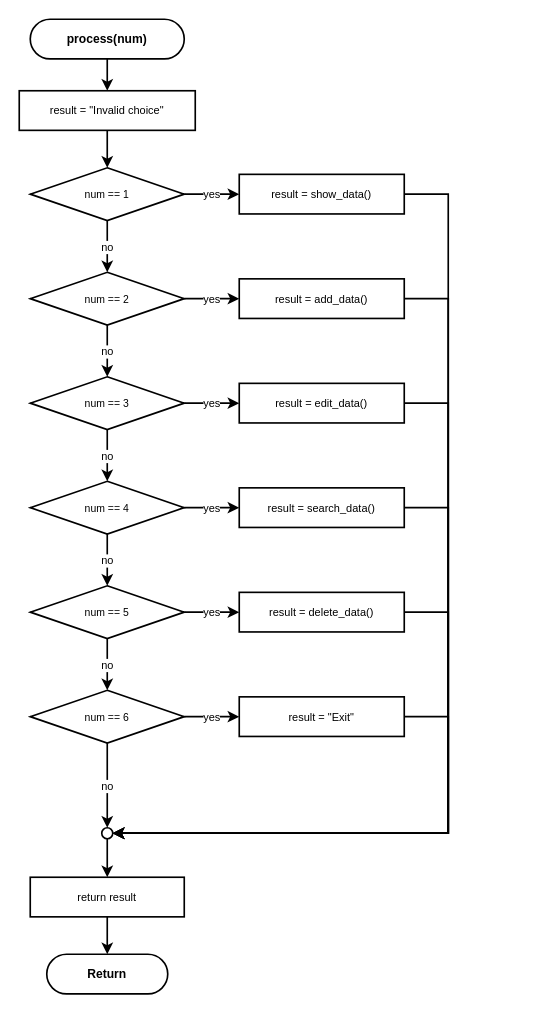
kittiphong064008-cyber/AI-Coding keeps this draw.io diagram as program001/flowchart/03_process.drawio. Above is the earlier version. Source tidied: cells renumbered, new cells numbered last; positions are measured from the earlier drawing's top-left corner, leaving out a move shared by most shapes. Both pictures are drawn from the tidied source at 110%, with x=0, y=0 at pixel (19, 19).
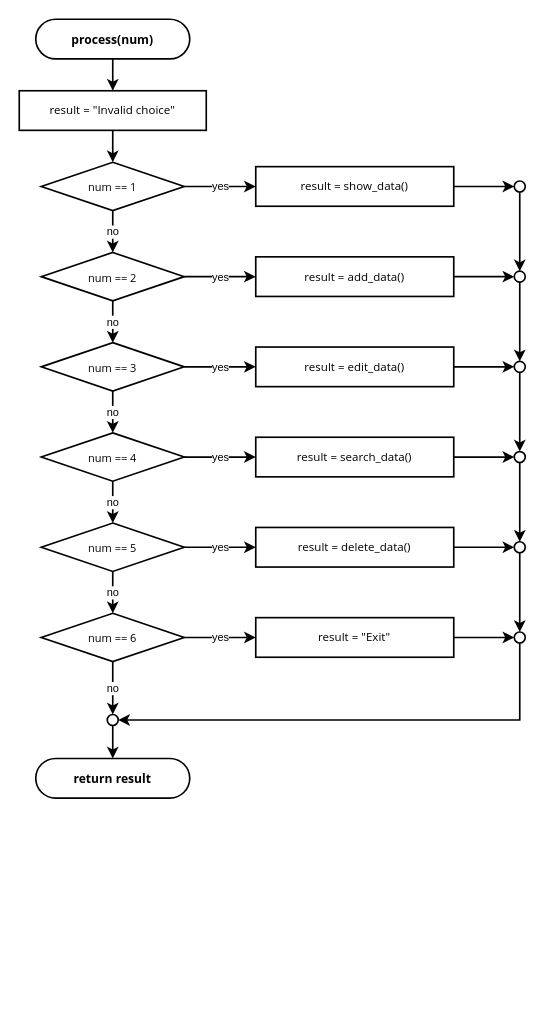
The same diagram, later.

The edit, as a diff of the source:
```diff
@@
-    <mxCell id="2" value="process(num)" style="rounded=1;whiteSpace=wrap;html=1;arcSize=50;fillColor=#ffffff;strokeColor=#000000;strokeWidth=1.5;fontSize=11;fontFamily=Helvetica;fontStyle=1;" parent="1" vertex="1">
-      <mxGeometry x="10" width="140" height="36" as="geometry" />
+    <mxCell id="2" value="process(num)" style="rounded=1;whiteSpace=wrap;html=1;arcSize=50;fillColor=#ffffff;strokeColor=#000000;strokeWidth=1.5;fontSize=11;fontFamily=Segoe UI;fontStyle=1;" parent="1" vertex="1">
+      <mxGeometry x="15" width="140" height="36" as="geometry" />
     </mxCell>
-    <mxCell id="3" value="result = &quot;Invalid choice&quot;" style="rounded=0;whiteSpace=wrap;html=1;fillColor=#ffffff;strokeColor=#000000;strokeWidth=1.5;fontSize=10;fontFamily=Helvetica;" parent="1" vertex="1">
-      <mxGeometry y="65" width="160" height="36" as="geometry" />
+    <mxCell id="3" value="result = &quot;Invalid choice&quot;" style="rounded=0;whiteSpace=wrap;html=1;fillColor=#ffffff;strokeColor=#000000;strokeWidth=1.5;fontSize=10.5;fontFamily=Segoe UI;" parent="1" vertex="1">
+      <mxGeometry y="65" width="170" height="36" as="geometry" />
     </mxCell>
-    <mxCell id="4" style="ellipse;whiteSpace=wrap;html=1;fillColor=#ffffff;strokeColor=#000000;strokeWidth=1.5;" parent="1" vertex="1">
-      <mxGeometry x="75" y="735" width="10" height="10" as="geometry" />
-    </mxCell>
-    <mxCell id="5" value="num == 1" style="rhombus;whiteSpace=wrap;html=1;fillColor=#ffffff;strokeColor=#000000;strokeWidth=1.5;fontSize=9.5;fontFamily=Helvetica;" parent="1" vertex="1">
-      <mxGeometry x="10" y="135" width="140" height="48" as="geometry" />
+    <mxCell id="5" value="num == 1" style="rhombus;whiteSpace=wrap;html=1;fillColor=#ffffff;strokeColor=#000000;strokeWidth=1.5;fontSize=10;fontFamily=Segoe UI;" parent="1" vertex="1">
+      <mxGeometry x="20" y="130" width="130" height="44" as="geometry" />
     </mxCell>
-    <mxCell id="6" value="result = show_data()" style="rounded=0;whiteSpace=wrap;html=1;fillColor=#ffffff;strokeColor=#000000;strokeWidth=1.5;fontSize=10;fontFamily=Helvetica;" parent="1" vertex="1">
-      <mxGeometry x="200" y="141" width="150" height="36" as="geometry" />
+    <mxCell id="6" value="result = show_data()" style="rounded=0;whiteSpace=wrap;html=1;fillColor=#ffffff;strokeColor=#000000;strokeWidth=1.5;fontSize=10.5;fontFamily=Segoe UI;" parent="1" vertex="1">
+      <mxGeometry x="215" y="134" width="180" height="36" as="geometry" />
     </mxCell>
+    <mxCell id="41" style="ellipse;whiteSpace=wrap;html=1;fillColor=#ffffff;strokeColor=#000000;strokeWidth=1.5;" parent="1" vertex="1">
+      <mxGeometry x="450" y="147" width="10" height="10" as="geometry" />
+    </mxCell>
-    <mxCell id="7" value="num == 2" style="rhombus;whiteSpace=wrap;html=1;fillColor=#ffffff;strokeColor=#000000;strokeWidth=1.5;fontSize=9.5;fontFamily=Helvetica;" parent="1" vertex="1">
-      <mxGeometry x="10" y="230" width="140" height="48" as="geometry" />
+    <mxCell id="7" value="num == 2" style="rhombus;whiteSpace=wrap;html=1;fillColor=#ffffff;strokeColor=#000000;strokeWidth=1.5;fontSize=10;fontFamily=Segoe UI;" parent="1" vertex="1">
+      <mxGeometry x="20" y="212" width="130" height="44" as="geometry" />
     </mxCell>
-    <mxCell id="8" value="result = add_data()" style="rounded=0;whiteSpace=wrap;html=1;fillColor=#ffffff;strokeColor=#000000;strokeWidth=1.5;fontSize=10;fontFamily=Helvetica;" parent="1" vertex="1">
-      <mxGeometry x="200" y="236" width="150" height="36" as="geometry" />
+    <mxCell id="8" value="result = add_data()" style="rounded=0;whiteSpace=wrap;html=1;fillColor=#ffffff;strokeColor=#000000;strokeWidth=1.5;fontSize=10.5;fontFamily=Segoe UI;" parent="1" vertex="1">
+      <mxGeometry x="215" y="216" width="180" height="36" as="geometry" />
     </mxCell>
+    <mxCell id="42" style="ellipse;whiteSpace=wrap;html=1;fillColor=#ffffff;strokeColor=#000000;strokeWidth=1.5;" parent="1" vertex="1">
+      <mxGeometry x="450" y="229" width="10" height="10" as="geometry" />
+    </mxCell>
-    <mxCell id="9" value="num == 3" style="rhombus;whiteSpace=wrap;html=1;fillColor=#ffffff;strokeColor=#000000;strokeWidth=1.5;fontSize=9.5;fontFamily=Helvetica;" parent="1" vertex="1">
-      <mxGeometry x="10" y="325" width="140" height="48" as="geometry" />
+    <mxCell id="9" value="num == 3" style="rhombus;whiteSpace=wrap;html=1;fillColor=#ffffff;strokeColor=#000000;strokeWidth=1.5;fontSize=10;fontFamily=Segoe UI;" parent="1" vertex="1">
+      <mxGeometry x="20" y="294" width="130" height="44" as="geometry" />
     </mxCell>
-    <mxCell id="10" value="result = edit_data()" style="rounded=0;whiteSpace=wrap;html=1;fillColor=#ffffff;strokeColor=#000000;strokeWidth=1.5;fontSize=10;fontFamily=Helvetica;" parent="1" vertex="1">
-      <mxGeometry x="200" y="331" width="150" height="36" as="geometry" />
+    <mxCell id="10" value="result = edit_data()" style="rounded=0;whiteSpace=wrap;html=1;fillColor=#ffffff;strokeColor=#000000;strokeWidth=1.5;fontSize=10.5;fontFamily=Segoe UI;" parent="1" vertex="1">
+      <mxGeometry x="215" y="298" width="180" height="36" as="geometry" />
     </mxCell>
+    <mxCell id="43" style="ellipse;whiteSpace=wrap;html=1;fillColor=#ffffff;strokeColor=#000000;strokeWidth=1.5;" parent="1" vertex="1">
+      <mxGeometry x="450" y="311" width="10" height="10" as="geometry" />
+    </mxCell>
-    <mxCell id="11" value="num == 4" style="rhombus;whiteSpace=wrap;html=1;fillColor=#ffffff;strokeColor=#000000;strokeWidth=1.5;fontSize=9.5;fontFamily=Helvetica;" parent="1" vertex="1">
-      <mxGeometry x="10" y="420" width="140" height="48" as="geometry" />
+    <mxCell id="11" value="num == 4" style="rhombus;whiteSpace=wrap;html=1;fillColor=#ffffff;strokeColor=#000000;strokeWidth=1.5;fontSize=10;fontFamily=Segoe UI;" parent="1" vertex="1">
+      <mxGeometry x="20" y="376" width="130" height="44" as="geometry" />
     </mxCell>
-    <mxCell id="12" value="result = search_data()" style="rounded=0;whiteSpace=wrap;html=1;fillColor=#ffffff;strokeColor=#000000;strokeWidth=1.5;fontSize=10;fontFamily=Helvetica;" parent="1" vertex="1">
-      <mxGeometry x="200" y="426" width="150" height="36" as="geometry" />
+    <mxCell id="12" value="result = search_data()" style="rounded=0;whiteSpace=wrap;html=1;fillColor=#ffffff;strokeColor=#000000;strokeWidth=1.5;fontSize=10.5;fontFamily=Segoe UI;" parent="1" vertex="1">
+      <mxGeometry x="215" y="380" width="180" height="36" as="geometry" />
     </mxCell>
+    <mxCell id="44" style="ellipse;whiteSpace=wrap;html=1;fillColor=#ffffff;strokeColor=#000000;strokeWidth=1.5;" parent="1" vertex="1">
+      <mxGeometry x="450" y="393" width="10" height="10" as="geometry" />
+    </mxCell>
-    <mxCell id="13" value="num == 5" style="rhombus;whiteSpace=wrap;html=1;fillColor=#ffffff;strokeColor=#000000;strokeWidth=1.5;fontSize=9.5;fontFamily=Helvetica;" parent="1" vertex="1">
-      <mxGeometry x="10" y="515" width="140" height="48" as="geometry" />
+    <mxCell id="13" value="num == 5" style="rhombus;whiteSpace=wrap;html=1;fillColor=#ffffff;strokeColor=#000000;strokeWidth=1.5;fontSize=10;fontFamily=Segoe UI;" parent="1" vertex="1">
+      <mxGeometry x="20" y="458" width="130" height="44" as="geometry" />
     </mxCell>
-    <mxCell id="14" value="result = delete_data()" style="rounded=0;whiteSpace=wrap;html=1;fillColor=#ffffff;strokeColor=#000000;strokeWidth=1.5;fontSize=10;fontFamily=Helvetica;" parent="1" vertex="1">
-      <mxGeometry x="200" y="521" width="150" height="36" as="geometry" />
+    <mxCell id="14" value="result = delete_data()" style="rounded=0;whiteSpace=wrap;html=1;fillColor=#ffffff;strokeColor=#000000;strokeWidth=1.5;fontSize=10.5;fontFamily=Segoe UI;" parent="1" vertex="1">
+      <mxGeometry x="215" y="462" width="180" height="36" as="geometry" />
     </mxCell>
+    <mxCell id="45" style="ellipse;whiteSpace=wrap;html=1;fillColor=#ffffff;strokeColor=#000000;strokeWidth=1.5;" parent="1" vertex="1">
+      <mxGeometry x="450" y="475" width="10" height="10" as="geometry" />
+    </mxCell>
-    <mxCell id="15" value="num == 6" style="rhombus;whiteSpace=wrap;html=1;fillColor=#ffffff;strokeColor=#000000;strokeWidth=1.5;fontSize=9.5;fontFamily=Helvetica;" parent="1" vertex="1">
-      <mxGeometry x="10" y="610" width="140" height="48" as="geometry" />
+    <mxCell id="15" value="num == 6" style="rhombus;whiteSpace=wrap;html=1;fillColor=#ffffff;strokeColor=#000000;strokeWidth=1.5;fontSize=10;fontFamily=Segoe UI;" parent="1" vertex="1">
+      <mxGeometry x="20" y="540" width="130" height="44" as="geometry" />
     </mxCell>
-    <mxCell id="16" value="result = &quot;Exit&quot;" style="rounded=0;whiteSpace=wrap;html=1;fillColor=#ffffff;strokeColor=#000000;strokeWidth=1.5;fontSize=10;fontFamily=Helvetica;" parent="1" vertex="1">
-      <mxGeometry x="200" y="616" width="150" height="36" as="geometry" />
+    <mxCell id="16" value="result = &quot;Exit&quot;" style="rounded=0;whiteSpace=wrap;html=1;fillColor=#ffffff;strokeColor=#000000;strokeWidth=1.5;fontSize=10.5;fontFamily=Segoe UI;" parent="1" vertex="1">
+      <mxGeometry x="215" y="544" width="180" height="36" as="geometry" />
     </mxCell>
-    <mxCell id="17" value="return result" style="rounded=0;whiteSpace=wrap;html=1;fillColor=#ffffff;strokeColor=#000000;strokeWidth=1.5;fontSize=10;fontFamily=Helvetica;" parent="1" vertex="1">
-      <mxGeometry x="10" y="780" width="140" height="36" as="geometry" />
-    </mxCell>
+    <mxCell id="46" style="ellipse;whiteSpace=wrap;html=1;fillColor=#ffffff;strokeColor=#000000;strokeWidth=1.5;" parent="1" vertex="1">
+      <mxGeometry x="450" y="557" width="10" height="10" as="geometry" />
+    </mxCell>
+    <mxCell id="4" style="ellipse;whiteSpace=wrap;html=1;fillColor=#ffffff;strokeColor=#000000;strokeWidth=1.5;" parent="1" vertex="1">
+      <mxGeometry x="80" y="632" width="10" height="10" as="geometry" />
+    </mxCell>
-    <mxCell id="18" value="Return" style="rounded=1;whiteSpace=wrap;html=1;arcSize=50;fillColor=#ffffff;strokeColor=#000000;strokeWidth=1.5;fontSize=11;fontFamily=Helvetica;fontStyle=1;" parent="1" vertex="1">
-      <mxGeometry x="25" y="850" width="110" height="36" as="geometry" />
+    <mxCell id="18" value="return result" style="rounded=1;whiteSpace=wrap;html=1;arcSize=50;fillColor=#ffffff;strokeColor=#000000;strokeWidth=1.5;fontSize=11;fontFamily=Segoe UI;fontStyle=1;" parent="1" vertex="1">
+      <mxGeometry x="15" y="672" width="140" height="36" as="geometry" />
     </mxCell>
@@
-    <mxCell id="22" style="edgeStyle=orthogonalEdgeStyle;rounded=0;jettySize=auto;html=1;strokeWidth=1.5;strokeColor=#000000;fontSize=10;fontColor=#000000;exitX=1;exitY=0.5;exitDx=0;exitDy=0;entryX=1;entryY=0.5;entryDx=0;entryDy=0;" parent="1" edge="1" source="6" target="4">
-      <mxGeometry relative="1" as="geometry">
-        <Array as="points">
-          <mxPoint x="390" y="159" />
-          <mxPoint x="390" y="740" />
-        </Array>
-      </mxGeometry>
+    <mxCell id="22" style="edgeStyle=orthogonalEdgeStyle;rounded=0;jettySize=auto;html=1;strokeWidth=1.5;strokeColor=#000000;fontSize=10;fontColor=#000000;exitX=1;exitY=0.5;exitDx=0;exitDy=0;entryX=0;entryY=0.5;entryDx=0;entryDy=0;" parent="1" edge="1" source="6" target="41">
+      <mxGeometry relative="1" as="geometry" />
     </mxCell>
@@
-    <mxCell id="25" style="edgeStyle=orthogonalEdgeStyle;rounded=0;jettySize=auto;html=1;strokeWidth=1.5;strokeColor=#000000;fontSize=10;fontColor=#000000;exitX=1;exitY=0.5;exitDx=0;exitDy=0;entryX=1;entryY=0.5;entryDx=0;entryDy=0;" parent="1" edge="1" source="8" target="4">
-      <mxGeometry relative="1" as="geometry">
-        <Array as="points">
-          <mxPoint x="390" y="254" />
-          <mxPoint x="390" y="740" />
-        </Array>
-      </mxGeometry>
+    <mxCell id="25" style="edgeStyle=orthogonalEdgeStyle;rounded=0;jettySize=auto;html=1;strokeWidth=1.5;strokeColor=#000000;fontSize=10;fontColor=#000000;exitX=1;exitY=0.5;exitDx=0;exitDy=0;entryX=0;entryY=0.5;entryDx=0;entryDy=0;" parent="1" edge="1" source="8" target="42">
+      <mxGeometry relative="1" as="geometry" />
     </mxCell>
-    <mxCell id="26" value="no" style="edgeStyle=orthogonalEdgeStyle;rounded=0;jettySize=auto;html=1;strokeWidth=1.5;strokeColor=#000000;fontSize=10;fontColor=#000000;" parent="1" edge="1" source="7" target="9">
+    <mxCell id="26" style="edgeStyle=orthogonalEdgeStyle;rounded=0;jettySize=auto;html=1;strokeWidth=1.5;strokeColor=#000000;fontSize=10;fontColor=#000000;exitX=0.5;exitY=1;exitDx=0;exitDy=0;entryX=0.5;entryY=0;entryDx=0;entryDy=0;" parent="1" edge="1" source="41" target="42">
       <mxGeometry relative="1" as="geometry" />
     </mxCell>
-    <mxCell id="27" value="yes" style="edgeStyle=orthogonalEdgeStyle;rounded=0;jettySize=auto;html=1;strokeWidth=1.5;strokeColor=#000000;fontSize=10;fontColor=#000000;exitX=1;exitY=0.5;exitDx=0;exitDy=0;entryX=0;entryY=0.5;entryDx=0;entryDy=0;" parent="1" edge="1" source="9" target="10">
+    <mxCell id="27" value="no" style="edgeStyle=orthogonalEdgeStyle;rounded=0;jettySize=auto;html=1;strokeWidth=1.5;strokeColor=#000000;fontSize=10;fontColor=#000000;" parent="1" edge="1" source="7" target="9">
       <mxGeometry relative="1" as="geometry" />
     </mxCell>
-    <mxCell id="28" style="edgeStyle=orthogonalEdgeStyle;rounded=0;jettySize=auto;html=1;strokeWidth=1.5;strokeColor=#000000;fontSize=10;fontColor=#000000;exitX=1;exitY=0.5;exitDx=0;exitDy=0;entryX=1;entryY=0.5;entryDx=0;entryDy=0;" parent="1" edge="1" source="10" target="4">
-      <mxGeometry relative="1" as="geometry">
-        <Array as="points">
-          <mxPoint x="390" y="349" />
-          <mxPoint x="390" y="740" />
-        </Array>
-      </mxGeometry>
+    <mxCell id="28" value="yes" style="edgeStyle=orthogonalEdgeStyle;rounded=0;jettySize=auto;html=1;strokeWidth=1.5;strokeColor=#000000;fontSize=10;fontColor=#000000;exitX=1;exitY=0.5;exitDx=0;exitDy=0;entryX=0;entryY=0.5;entryDx=0;entryDy=0;" parent="1" edge="1" source="9" target="10">
+      <mxGeometry relative="1" as="geometry" />
     </mxCell>
-    <mxCell id="29" value="no" style="edgeStyle=orthogonalEdgeStyle;rounded=0;jettySize=auto;html=1;strokeWidth=1.5;strokeColor=#000000;fontSize=10;fontColor=#000000;" parent="1" edge="1" source="9" target="11">
+    <mxCell id="29" style="edgeStyle=orthogonalEdgeStyle;rounded=0;jettySize=auto;html=1;strokeWidth=1.5;strokeColor=#000000;fontSize=10;fontColor=#000000;exitX=1;exitY=0.5;exitDx=0;exitDy=0;entryX=0;entryY=0.5;entryDx=0;entryDy=0;" parent="1" edge="1" source="10" target="43">
       <mxGeometry relative="1" as="geometry" />
     </mxCell>
-    <mxCell id="30" value="yes" style="edgeStyle=orthogonalEdgeStyle;rounded=0;jettySize=auto;html=1;strokeWidth=1.5;strokeColor=#000000;fontSize=10;fontColor=#000000;exitX=1;exitY=0.5;exitDx=0;exitDy=0;entryX=0;entryY=0.5;entryDx=0;entryDy=0;" parent="1" edge="1" source="11" target="12">
+    <mxCell id="30" style="edgeStyle=orthogonalEdgeStyle;rounded=0;jettySize=auto;html=1;strokeWidth=1.5;strokeColor=#000000;fontSize=10;fontColor=#000000;exitX=0.5;exitY=1;exitDx=0;exitDy=0;entryX=0.5;entryY=0;entryDx=0;entryDy=0;" parent="1" edge="1" source="42" target="43">
       <mxGeometry relative="1" as="geometry" />
     </mxCell>
-    <mxCell id="31" style="edgeStyle=orthogonalEdgeStyle;rounded=0;jettySize=auto;html=1;strokeWidth=1.5;strokeColor=#000000;fontSize=10;fontColor=#000000;exitX=1;exitY=0.5;exitDx=0;exitDy=0;entryX=1;entryY=0.5;entryDx=0;entryDy=0;" parent="1" edge="1" source="12" target="4">
-      <mxGeometry relative="1" as="geometry">
-        <Array as="points">
-          <mxPoint x="390" y="444" />
-          <mxPoint x="390" y="740" />
-        </Array>
-      </mxGeometry>
+    <mxCell id="31" value="no" style="edgeStyle=orthogonalEdgeStyle;rounded=0;jettySize=auto;html=1;strokeWidth=1.5;strokeColor=#000000;fontSize=10;fontColor=#000000;" parent="1" edge="1" source="9" target="11">
+      <mxGeometry relative="1" as="geometry" />
     </mxCell>
-    <mxCell id="32" value="no" style="edgeStyle=orthogonalEdgeStyle;rounded=0;jettySize=auto;html=1;strokeWidth=1.5;strokeColor=#000000;fontSize=10;fontColor=#000000;" parent="1" edge="1" source="11" target="13">
+    <mxCell id="32" value="yes" style="edgeStyle=orthogonalEdgeStyle;rounded=0;jettySize=auto;html=1;strokeWidth=1.5;strokeColor=#000000;fontSize=10;fontColor=#000000;exitX=1;exitY=0.5;exitDx=0;exitDy=0;entryX=0;entryY=0.5;entryDx=0;entryDy=0;" parent="1" edge="1" source="11" target="12">
       <mxGeometry relative="1" as="geometry" />
     </mxCell>
-    <mxCell id="33" value="yes" style="edgeStyle=orthogonalEdgeStyle;rounded=0;jettySize=auto;html=1;strokeWidth=1.5;strokeColor=#000000;fontSize=10;fontColor=#000000;exitX=1;exitY=0.5;exitDx=0;exitDy=0;entryX=0;entryY=0.5;entryDx=0;entryDy=0;" parent="1" edge="1" source="13" target="14">
+    <mxCell id="33" style="edgeStyle=orthogonalEdgeStyle;rounded=0;jettySize=auto;html=1;strokeWidth=1.5;strokeColor=#000000;fontSize=10;fontColor=#000000;exitX=1;exitY=0.5;exitDx=0;exitDy=0;entryX=0;entryY=0.5;entryDx=0;entryDy=0;" parent="1" edge="1" source="12" target="44">
       <mxGeometry relative="1" as="geometry" />
     </mxCell>
-    <mxCell id="34" style="edgeStyle=orthogonalEdgeStyle;rounded=0;jettySize=auto;html=1;strokeWidth=1.5;strokeColor=#000000;fontSize=10;fontColor=#000000;exitX=1;exitY=0.5;exitDx=0;exitDy=0;entryX=1;entryY=0.5;entryDx=0;entryDy=0;" parent="1" edge="1" source="14" target="4">
-      <mxGeometry relative="1" as="geometry">
-        <Array as="points">
-          <mxPoint x="390" y="539" />
-          <mxPoint x="390" y="740" />
-        </Array>
-      </mxGeometry>
+    <mxCell id="34" style="edgeStyle=orthogonalEdgeStyle;rounded=0;jettySize=auto;html=1;strokeWidth=1.5;strokeColor=#000000;fontSize=10;fontColor=#000000;exitX=0.5;exitY=1;exitDx=0;exitDy=0;entryX=0.5;entryY=0;entryDx=0;entryDy=0;" parent="1" edge="1" source="43" target="44">
+      <mxGeometry relative="1" as="geometry" />
     </mxCell>
-    <mxCell id="35" value="no" style="edgeStyle=orthogonalEdgeStyle;rounded=0;jettySize=auto;html=1;strokeWidth=1.5;strokeColor=#000000;fontSize=10;fontColor=#000000;" parent="1" edge="1" source="13" target="15">
+    <mxCell id="35" value="no" style="edgeStyle=orthogonalEdgeStyle;rounded=0;jettySize=auto;html=1;strokeWidth=1.5;strokeColor=#000000;fontSize=10;fontColor=#000000;" parent="1" edge="1" source="11" target="13">
       <mxGeometry relative="1" as="geometry" />
     </mxCell>
-    <mxCell id="36" value="yes" style="edgeStyle=orthogonalEdgeStyle;rounded=0;jettySize=auto;html=1;strokeWidth=1.5;strokeColor=#000000;fontSize=10;fontColor=#000000;exitX=1;exitY=0.5;exitDx=0;exitDy=0;entryX=0;entryY=0.5;entryDx=0;entryDy=0;" parent="1" edge="1" source="15" target="16">
+    <mxCell id="36" value="yes" style="edgeStyle=orthogonalEdgeStyle;rounded=0;jettySize=auto;html=1;strokeWidth=1.5;strokeColor=#000000;fontSize=10;fontColor=#000000;exitX=1;exitY=0.5;exitDx=0;exitDy=0;entryX=0;entryY=0.5;entryDx=0;entryDy=0;" parent="1" edge="1" source="13" target="14">
       <mxGeometry relative="1" as="geometry" />
     </mxCell>
-    <mxCell id="37" style="edgeStyle=orthogonalEdgeStyle;rounded=0;jettySize=auto;html=1;strokeWidth=1.5;strokeColor=#000000;fontSize=10;fontColor=#000000;exitX=1;exitY=0.5;exitDx=0;exitDy=0;entryX=1;entryY=0.5;entryDx=0;entryDy=0;" parent="1" edge="1" source="16" target="4">
-      <mxGeometry relative="1" as="geometry">
-        <Array as="points">
-          <mxPoint x="390" y="634" />
-          <mxPoint x="390" y="740" />
-        </Array>
-      </mxGeometry>
+    <mxCell id="37" style="edgeStyle=orthogonalEdgeStyle;rounded=0;jettySize=auto;html=1;strokeWidth=1.5;strokeColor=#000000;fontSize=10;fontColor=#000000;exitX=1;exitY=0.5;exitDx=0;exitDy=0;entryX=0;entryY=0.5;entryDx=0;entryDy=0;" parent="1" edge="1" source="14" target="45">
+      <mxGeometry relative="1" as="geometry" />
     </mxCell>
-    <mxCell id="38" value="no" style="edgeStyle=orthogonalEdgeStyle;rounded=0;jettySize=auto;html=1;strokeWidth=1.5;strokeColor=#000000;fontSize=10;fontColor=#000000;" parent="1" edge="1" source="15" target="4">
+    <mxCell id="38" style="edgeStyle=orthogonalEdgeStyle;rounded=0;jettySize=auto;html=1;strokeWidth=1.5;strokeColor=#000000;fontSize=10;fontColor=#000000;exitX=0.5;exitY=1;exitDx=0;exitDy=0;entryX=0.5;entryY=0;entryDx=0;entryDy=0;" parent="1" edge="1" source="44" target="45">
       <mxGeometry relative="1" as="geometry" />
     </mxCell>
-    <mxCell id="39" style="edgeStyle=orthogonalEdgeStyle;rounded=0;jettySize=auto;html=1;strokeWidth=1.5;strokeColor=#000000;fontSize=10;fontColor=#000000;" parent="1" edge="1" source="4" target="17">
+    <mxCell id="39" value="no" style="edgeStyle=orthogonalEdgeStyle;rounded=0;jettySize=auto;html=1;strokeWidth=1.5;strokeColor=#000000;fontSize=10;fontColor=#000000;" parent="1" edge="1" source="13" target="15">
       <mxGeometry relative="1" as="geometry" />
     </mxCell>
-    <mxCell id="40" style="edgeStyle=orthogonalEdgeStyle;rounded=0;jettySize=auto;html=1;strokeWidth=1.5;strokeColor=#000000;fontSize=10;fontColor=#000000;" parent="1" edge="1" source="17" target="18">
+    <mxCell id="40" value="yes" style="edgeStyle=orthogonalEdgeStyle;rounded=0;jettySize=auto;html=1;strokeWidth=1.5;strokeColor=#000000;fontSize=10;fontColor=#000000;exitX=1;exitY=0.5;exitDx=0;exitDy=0;entryX=0;entryY=0.5;entryDx=0;entryDy=0;" parent="1" edge="1" source="15" target="16">
       <mxGeometry relative="1" as="geometry" />
     </mxCell>
+    <mxCell id="47" style="edgeStyle=orthogonalEdgeStyle;rounded=0;jettySize=auto;html=1;strokeWidth=1.5;strokeColor=#000000;fontSize=10;fontColor=#000000;exitX=1;exitY=0.5;exitDx=0;exitDy=0;entryX=0;entryY=0.5;entryDx=0;entryDy=0;" parent="1" edge="1" source="16" target="46">
+      <mxGeometry relative="1" as="geometry" />
+    </mxCell>
+    <mxCell id="48" style="edgeStyle=orthogonalEdgeStyle;rounded=0;jettySize=auto;html=1;strokeWidth=1.5;strokeColor=#000000;fontSize=10;fontColor=#000000;exitX=0.5;exitY=1;exitDx=0;exitDy=0;entryX=0.5;entryY=0;entryDx=0;entryDy=0;" parent="1" edge="1" source="45" target="46">
+      <mxGeometry relative="1" as="geometry" />
+    </mxCell>
+    <mxCell id="49" value="no" style="edgeStyle=orthogonalEdgeStyle;rounded=0;jettySize=auto;html=1;strokeWidth=1.5;strokeColor=#000000;fontSize=10;fontColor=#000000;" parent="1" edge="1" source="15" target="4">
+      <mxGeometry relative="1" as="geometry" />
+    </mxCell>
+    <mxCell id="50" style="edgeStyle=orthogonalEdgeStyle;rounded=0;jettySize=auto;html=1;strokeWidth=1.5;strokeColor=#000000;fontSize=10;fontColor=#000000;exitX=0.5;exitY=1;exitDx=0;exitDy=0;entryX=1;entryY=0.5;entryDx=0;entryDy=0;" parent="1" edge="1" source="46" target="4">
+      <mxGeometry relative="1" as="geometry">
+        <Array as="points">
+          <mxPoint x="455" y="637" />
+        </Array>
+      </mxGeometry>
+    </mxCell>
+    <mxCell id="51" style="edgeStyle=orthogonalEdgeStyle;rounded=0;jettySize=auto;html=1;strokeWidth=1.5;strokeColor=#000000;fontSize=10;fontColor=#000000;" parent="1" edge="1" source="4" target="18">
+      <mxGeometry relative="1" as="geometry" />
+    </mxCell>
```
